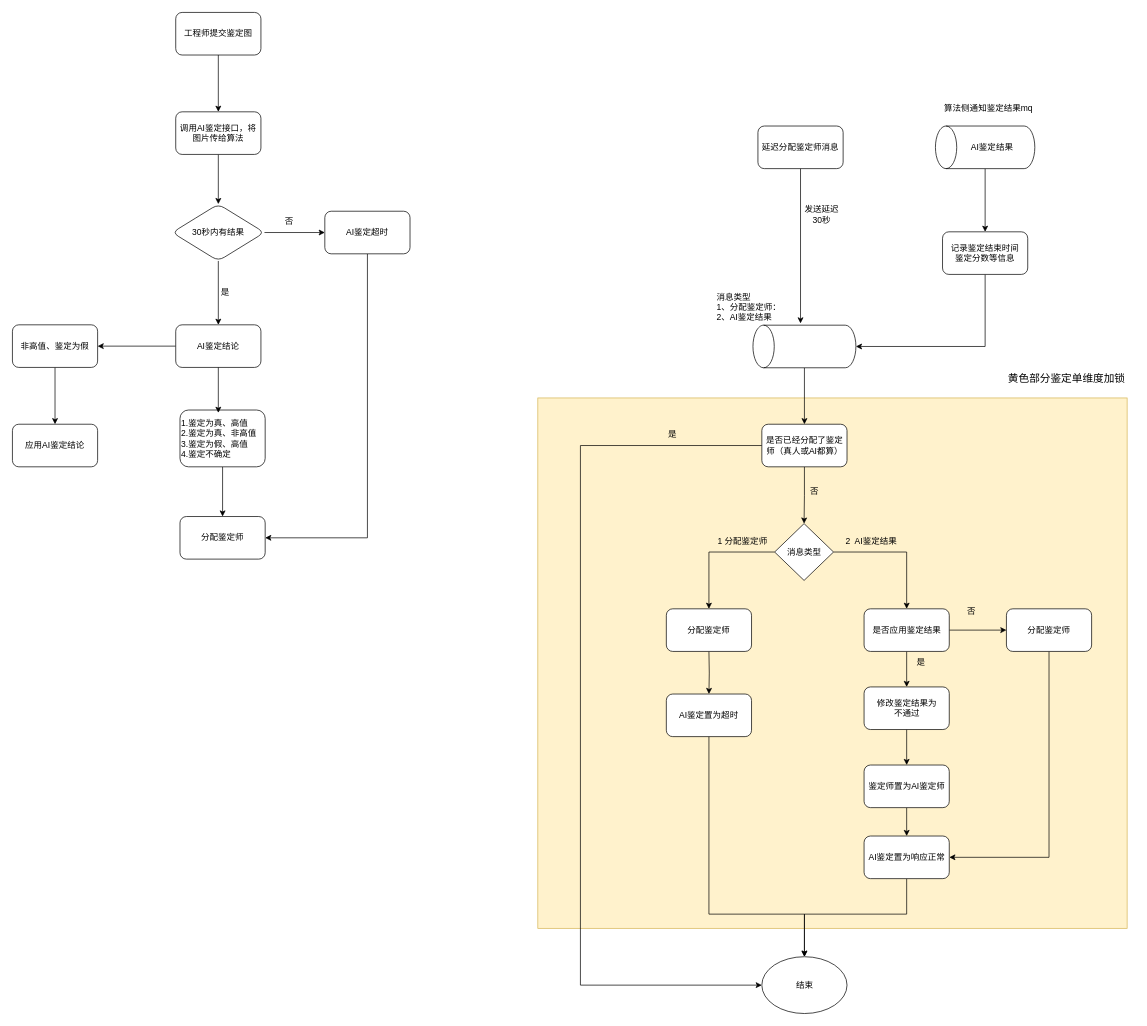
Eiji1422/diagrams keeps this draw.io diagram as AI鉴定流程图.drawio. Above is the earlier version. Source tidied: cells renumbered, new cells numbered last; positions are measured from the earlier drawing's top-left corner, leaving out a move shared by most shapes. Both pictures are drawn from the tidied source at 71%, with x=0, y=0 at pixel (12, 12).
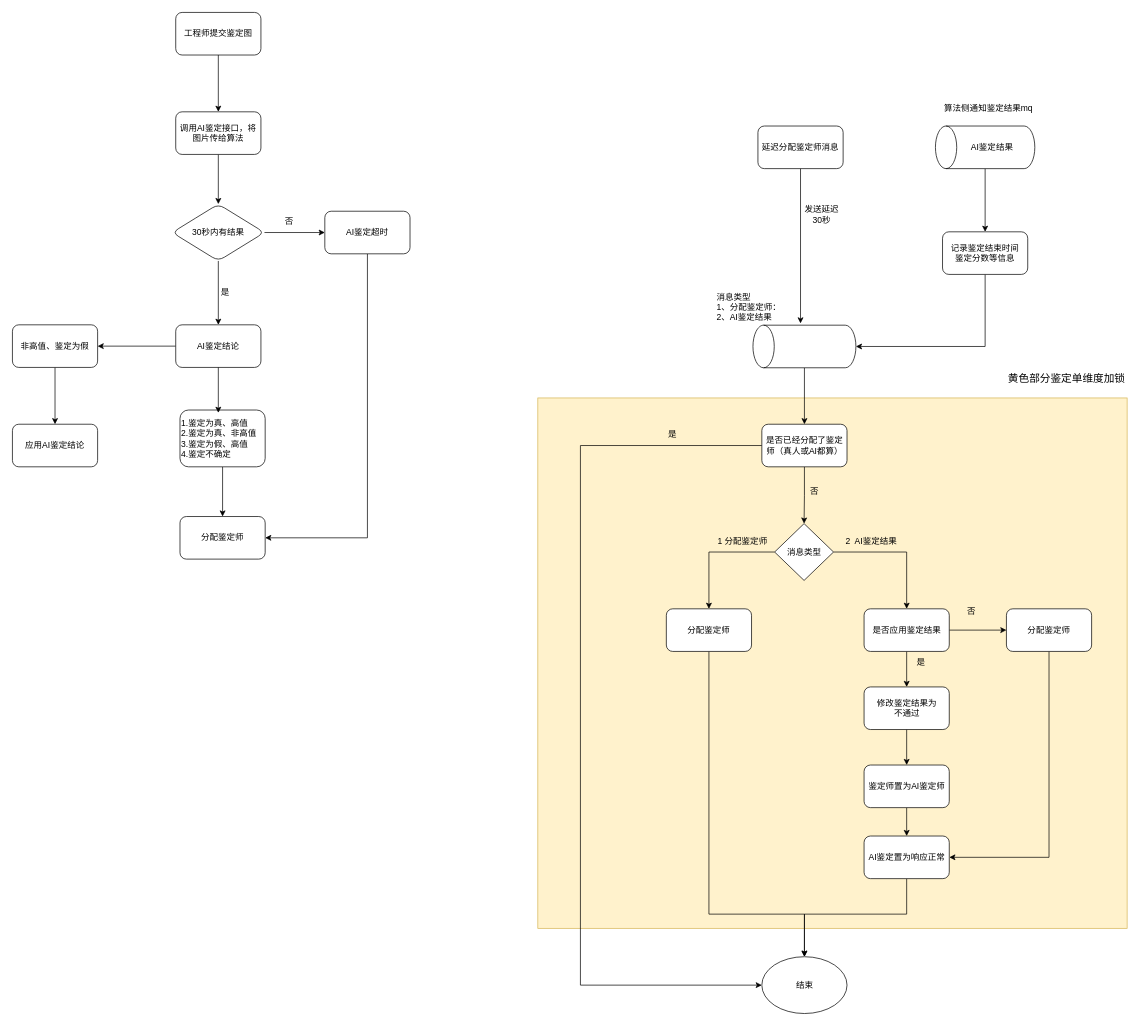
The same page after the edit.

Commit message:
更新AI鉴定流程图.drawio

Unchanged cells that the change refers to:
```xml
<mxCell id="48" value="结束" style="ellipse;whiteSpace=wrap;html=1;" parent="1" vertex="1">
  <mxGeometry x="1055.5" y="1330" width="120" height="80" as="geometry" />
</mxCell>
<mxCell id="52" value="分配鉴定师" style="rounded=1;whiteSpace=wrap;html=1;" parent="1" vertex="1">
  <mxGeometry x="921" y="840" width="120" height="60" as="geometry" />
</mxCell>
```

The edit, as a diff of the source:
```diff
@@
-    <mxCell id="43" style="edgeStyle=orthogonalEdgeStyle;rounded=0;jettySize=auto;html=1;" parent="1" edge="1" target="51">
-      <mxGeometry relative="1" as="geometry">
-        <mxPoint x="981" y="900" as="sourcePoint" />
-      </mxGeometry>
-    </mxCell>
@@
-    <mxCell id="50" style="edgeStyle=orthogonalEdgeStyle;rounded=0;jettySize=auto;html=1;entryX=0.5;entryY=0;entryDx=0;entryDy=0;exitX=0.5;exitY=1;exitDx=0;exitDy=0;" parent="1" edge="1" source="51" target="48">
+    <mxCell id="50" style="edgeStyle=orthogonalEdgeStyle;rounded=0;jettySize=auto;html=1;entryX=0.5;entryY=0;entryDx=0;entryDy=0;exitX=0.5;exitY=1;exitDx=0;exitDy=0;" parent="1" edge="1" source="52" target="48">
       <mxGeometry relative="1" as="geometry">
         <Array as="points">
           <mxPoint x="981" y="1270" />
           <mxPoint x="1116" y="1270" />
         </Array>
       </mxGeometry>
     </mxCell>
-    <mxCell id="51" value="AI鉴定置为超时" style="rounded=1;whiteSpace=wrap;html=1;" parent="1" vertex="1">
-      <mxGeometry x="921" y="960" width="120" height="60" as="geometry" />
-    </mxCell>
```
